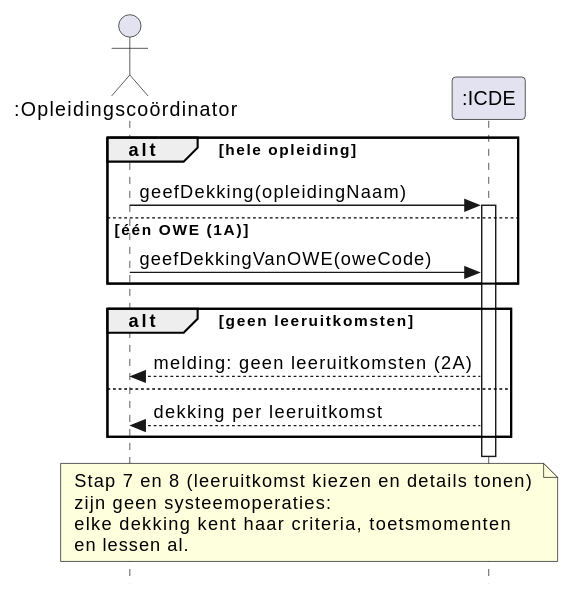
HAN-Craftsmanship-KL-JJG/casus keeps this PlantUML diagram as docs/diagrams/ssd-uc08-opvragen-dekking.svg. Above is the earlier version.
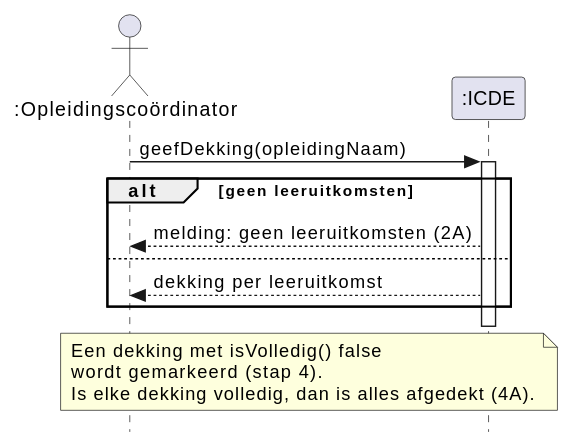
After the change.

What changed in the source:
```diff
@@ -7,12 +7,8 @@
 actor ":Opleidingscoördinator" as coordinator
 participant ":ICDE" as icde
 
-alt hele opleiding
-  coordinator -> icde : geefDekking(opleidingNaam)
-  activate icde
-else één OWE (1A)
-  coordinator -> icde : geefDekkingVanOWE(oweCode)
-end
+coordinator -> icde : geefDekking(opleidingNaam)
+activate icde
 alt geen leeruitkomsten
   icde --> coordinator : melding: geen leeruitkomsten (2A)
 else
@@ -20,9 +16,8 @@
 end
 deactivate icde
 note over coordinator, icde
-  Stap 7 en 8 (leeruitkomst kiezen en details tonen)
-  zijn geen systeemoperaties:
-  elke dekking kent haar criteria, toetsmomenten
-  en lessen al.
+  Een dekking met isVolledig() false
+  wordt gemarkeerd (stap 4).
+  Is elke dekking volledig, dan is alles afgedekt (4A).
 end note
 @enduml
```
